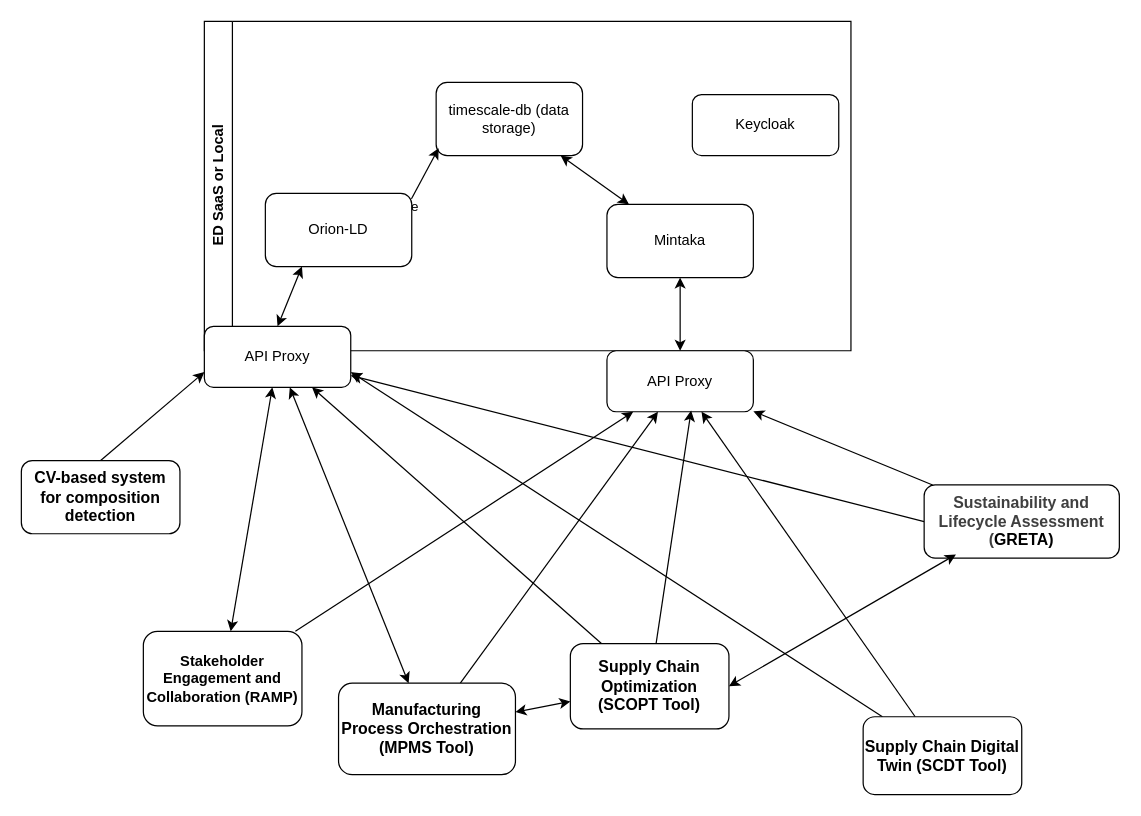
The draw.io diagram page "Page-1" (1 of 2) of CIRCULOOS_integration.drawio in european-dynamics-rnd/Circuloos-integration, before the edit. Source tidied: cells renumbered, new cells numbered last; positions are measured from the earlier drawing's top-left corner, leaving out a move shared by most shapes. Both pictures are drawn from the tidied source at 122%, with x=0, y=0 at pixel (21, 21).
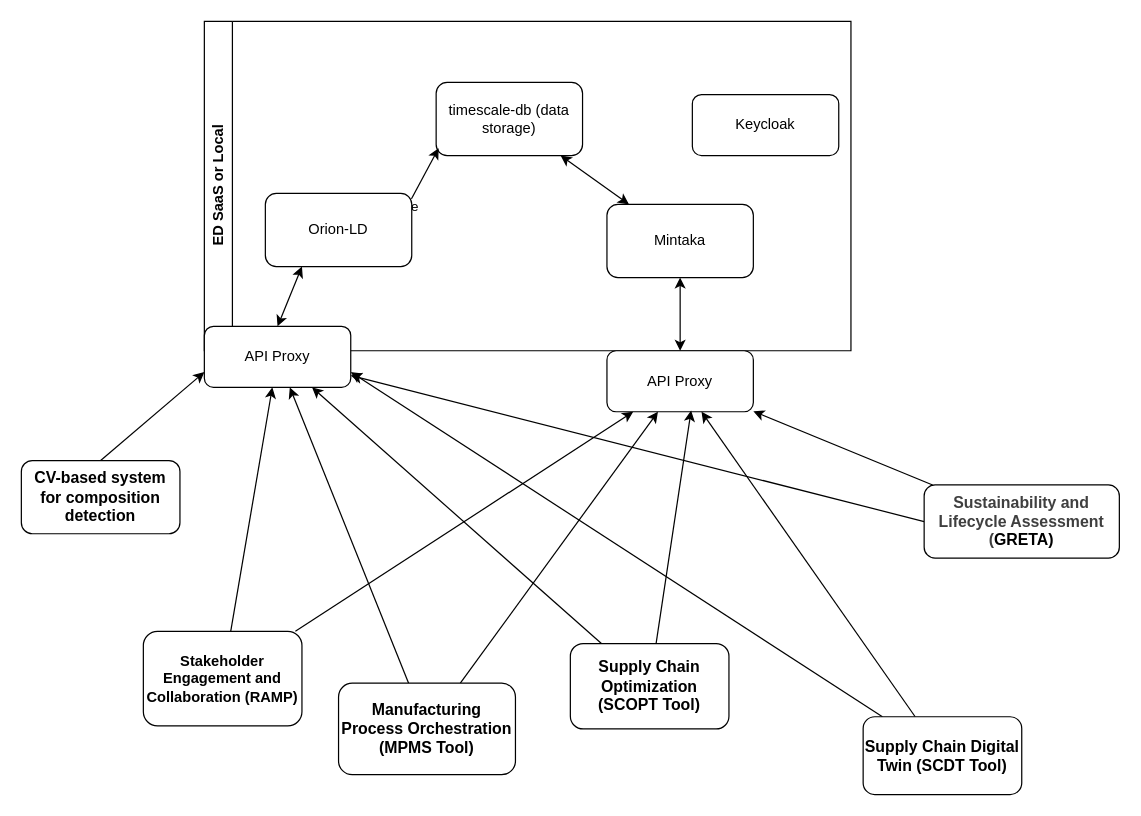
Above is the later version.

Unchanged cells that the change refers to:
```xml
<mxCell id="16" value="&lt;h2 class=&quot;qrShPb pXs6bb PZPZlf q8U8x aTI8gc&quot; style=&quot;font-size: 13px;&quot;&gt;Supply Chain Optimization (SCOPT Tool)&lt;/h2&gt;" style="rounded=1;whiteSpace=wrap;html=1;fontStyle=0;fontSize=13;" parent="1" vertex="1">
  <mxGeometry x="450" y="510" width="130" height="70" as="geometry" />
</mxCell>
<mxCell id="19" value="&lt;h2 class=&quot;qrShPb pXs6bb PZPZlf q8U8x aTI8gc&quot; style=&quot;font-size: 12px;&quot;&gt;&lt;span style=&quot;font-size: 12px;&quot;&gt;&lt;font style=&quot;font-size: 12px;&quot;&gt;Stakeholder Engagement and Collaboration (RAMP)&lt;/font&gt;&lt;/span&gt;&lt;/h2&gt;" style="rounded=1;whiteSpace=wrap;html=1;fontSize=12;fontStyle=1;" parent="1" vertex="1">
  <mxGeometry x="100" y="500" width="130" height="77.5" as="geometry" />
</mxCell>
<mxCell id="22" value="&lt;h2 style=&quot;font-size: 13px;&quot; class=&quot;qrShPb pXs6bb PZPZlf q8U8x aTI8gc&quot;&gt;Manufacturing Process Orchestration (MPMS Tool)&lt;/h2&gt;" style="rounded=1;whiteSpace=wrap;html=1;fontSize=13;fontStyle=0;" parent="1" vertex="1">
  <mxGeometry x="260" y="542.5" width="145" height="75" as="geometry" />
</mxCell>
<mxCell id="27" value="&lt;h2 class=&quot;qrShPb pXs6bb PZPZlf q8U8x aTI8gc&quot; style=&quot;font-size: 13px;&quot;&gt;&lt;span style=&quot;color: rgb(63, 63, 63); background-color: transparent;&quot;&gt;Sustainability and Lifecycle Assessment (&lt;/span&gt;GRETA)&lt;/h2&gt;" style="rounded=1;whiteSpace=wrap;html=1;fontStyle=0;fontSize=13;" parent="1" vertex="1">
  <mxGeometry x="740" y="380" width="160" height="60" as="geometry" />
</mxCell>
<mxCell id="29" value="API Proxy" style="rounded=1;whiteSpace=wrap;html=1;" parent="1" vertex="1">
  <mxGeometry x="150" y="250" width="120" height="50" as="geometry" />
</mxCell>
```

Change to the diagram source:
```diff
@@
-    <mxCell id="15" style="edgeStyle=none;html=1;startArrow=classic;startFill=1;" parent="1" edge="1" source="16" target="22">
-      <mxGeometry relative="1" as="geometry" />
-    </mxCell>
@@
-    <mxCell id="17" style="edgeStyle=none;html=1;startArrow=classic;startFill=1;endArrow=classic;endFill=1;" parent="1" edge="1" source="19" target="29">
+    <mxCell id="17" style="edgeStyle=none;html=1;startArrow=none;startFill=0;endArrow=classic;endFill=1;" parent="1" edge="1" source="19" target="29">
       <mxGeometry relative="1" as="geometry" />
     </mxCell>
@@
-    <mxCell id="21" style="edgeStyle=none;html=1;startArrow=classic;startFill=1;" parent="1" edge="1" source="22" target="29">
+    <mxCell id="21" style="edgeStyle=none;html=1;startArrow=none;startFill=0;" parent="1" edge="1" source="22" target="29">
       <mxGeometry relative="1" as="geometry" />
     </mxCell>
@@
-    <mxCell id="31" style="edgeStyle=none;html=1;exitX=1;exitY=0.5;exitDx=0;exitDy=0;entryX=0.163;entryY=0.95;entryDx=0;entryDy=0;entryPerimeter=0;startArrow=classic;startFill=1;" parent="1" edge="1" source="16" target="27">
-      <mxGeometry relative="1" as="geometry" />
-    </mxCell>
```
